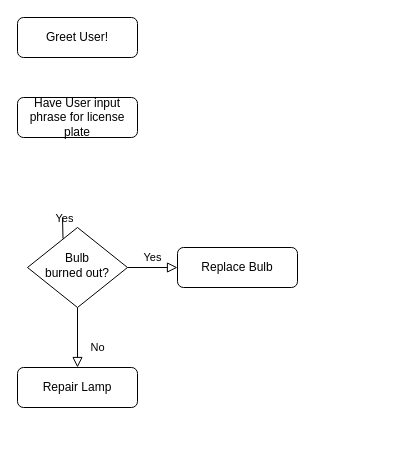
The draw.io diagram Program_2_Flowchart.drawio in JLanez/Complete-Python-3-Bootcamp, before the edit. Source tidied: cells renumbered, new cells numbered last; positions are measured from the earlier drawing's top-left corner, leaving out a move shared by most shapes. Both pictures are drawn from the tidied source at 100%, with x=0, y=0 at pixel (17, 17).
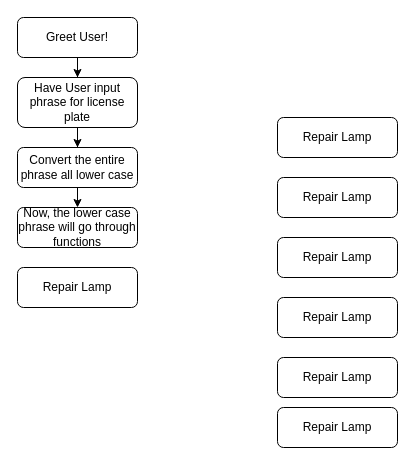
The same page after the edit.

Change to the diagram source:
```diff
@@
 <mxGraphModel>
   <root>
     <mxCell id="0" />
     <mxCell id="1" parent="0" />
+    <mxCell id="10" style="edgeStyle=orthogonalEdgeStyle;rounded=0;jettySize=auto;html=1;entryX=0.5;entryY=0;entryDx=0;entryDy=0;" parent="1" edge="1" source="2" target="4">
+      <mxGeometry relative="1" as="geometry" />
+    </mxCell>
     <mxCell id="2" value="Greet User!" style="rounded=1;whiteSpace=wrap;html=1;fontSize=12;glass=0;strokeWidth=1;shadow=0;" parent="1" vertex="1">
       <mxGeometry width="120" height="40" as="geometry" />
     </mxCell>
-    <mxCell id="3" value="Yes" style="rounded=0;html=1;jettySize=auto;fontSize=11;endArrow=block;endFill=0;endSize=8;strokeWidth=1;shadow=0;labelBackgroundColor=none;edgeStyle=orthogonalEdgeStyle;" parent="1" edge="1" target="7">
-      <mxGeometry y="20" relative="1" as="geometry">
-        <mxPoint x="45" y="200" as="sourcePoint" />
-      </mxGeometry>
-    </mxCell>
+    <mxCell id="11" style="edgeStyle=orthogonalEdgeStyle;rounded=0;jettySize=auto;html=1;entryX=0.5;entryY=0;entryDx=0;entryDy=0;" parent="1" edge="1" source="4" target="9">
+      <mxGeometry relative="1" as="geometry" />
+    </mxCell>
     <mxCell id="4" value="Have User input phrase for license plate" style="rounded=1;whiteSpace=wrap;html=1;fontSize=12;glass=0;strokeWidth=1;shadow=0;" parent="1" vertex="1">
-      <mxGeometry y="80" width="120" height="40" as="geometry" />
+      <mxGeometry y="60" width="120" height="50" as="geometry" />
     </mxCell>
-    <mxCell id="5" value="No" style="rounded=0;html=1;jettySize=auto;fontSize=11;endArrow=block;endFill=0;endSize=8;strokeWidth=1;shadow=0;labelBackgroundColor=none;edgeStyle=orthogonalEdgeStyle;" parent="1" edge="1" source="7" target="8">
-      <mxGeometry x="0.33" y="20" relative="1" as="geometry" />
-    </mxCell>
-    <mxCell id="6" value="Yes" style="edgeStyle=orthogonalEdgeStyle;rounded=0;html=1;jettySize=auto;fontSize=11;endArrow=block;endFill=0;endSize=8;strokeWidth=1;shadow=0;labelBackgroundColor=none;" parent="1" edge="1" source="7" target="9">
-      <mxGeometry y="10" relative="1" as="geometry" />
-    </mxCell>
-    <mxCell id="7" value="Bulb&lt;br&gt;burned out?" style="rhombus;whiteSpace=wrap;html=1;shadow=0;fontFamily=Helvetica;fontSize=12;align=center;strokeWidth=1;spacing=6;spacingTop=-4;" parent="1" vertex="1">
-      <mxGeometry x="10" y="210" width="100" height="80" as="geometry" />
-    </mxCell>
-    <mxCell id="8" value="Repair Lamp" style="rounded=1;whiteSpace=wrap;html=1;fontSize=12;glass=0;strokeWidth=1;shadow=0;" parent="1" vertex="1">
-      <mxGeometry y="350" width="120" height="40" as="geometry" />
+    <mxCell id="8" value="Now, the lower case phrase will go through functions" style="rounded=1;whiteSpace=wrap;html=1;fontSize=12;glass=0;strokeWidth=1;shadow=0;" parent="1" vertex="1">
+      <mxGeometry y="190" width="120" height="40" as="geometry" />
     </mxCell>
+    <mxCell id="12" style="edgeStyle=orthogonalEdgeStyle;rounded=0;jettySize=auto;html=1;exitX=0.5;exitY=1;exitDx=0;exitDy=0;entryX=0.5;entryY=0;entryDx=0;entryDy=0;" parent="1" edge="1" source="9" target="8">
+      <mxGeometry relative="1" as="geometry" />
+    </mxCell>
-    <mxCell id="9" value="Replace Bulb" style="rounded=1;whiteSpace=wrap;html=1;fontSize=12;glass=0;strokeWidth=1;shadow=0;" parent="1" vertex="1">
-      <mxGeometry x="160" y="230" width="120" height="40" as="geometry" />
+    <mxCell id="9" value="Convert the entire phrase all lower case" style="rounded=1;whiteSpace=wrap;html=1;fontSize=12;glass=0;strokeWidth=1;shadow=0;" parent="1" vertex="1">
+      <mxGeometry y="130" width="120" height="40" as="geometry" />
     </mxCell>
+    <mxCell id="13" value="Repair Lamp" style="rounded=1;whiteSpace=wrap;html=1;fontSize=12;glass=0;strokeWidth=1;shadow=0;" parent="1" vertex="1">
+      <mxGeometry y="250" width="120" height="40" as="geometry" />
+    </mxCell>
+    <mxCell id="14" value="Repair Lamp" style="rounded=1;whiteSpace=wrap;html=1;fontSize=12;glass=0;strokeWidth=1;shadow=0;" parent="1" vertex="1">
+      <mxGeometry x="260" y="390" width="120" height="40" as="geometry" />
+    </mxCell>
+    <mxCell id="15" value="Repair Lamp" style="rounded=1;whiteSpace=wrap;html=1;fontSize=12;glass=0;strokeWidth=1;shadow=0;" parent="1" vertex="1">
+      <mxGeometry x="260" y="280" width="120" height="40" as="geometry" />
+    </mxCell>
+    <mxCell id="16" value="Repair Lamp" style="rounded=1;whiteSpace=wrap;html=1;fontSize=12;glass=0;strokeWidth=1;shadow=0;" parent="1" vertex="1">
+      <mxGeometry x="260" y="220" width="120" height="40" as="geometry" />
+    </mxCell>
+    <mxCell id="17" value="Repair Lamp" style="rounded=1;whiteSpace=wrap;html=1;fontSize=12;glass=0;strokeWidth=1;shadow=0;" parent="1" vertex="1">
+      <mxGeometry x="260" y="340" width="120" height="40" as="geometry" />
+    </mxCell>
+    <mxCell id="18" value="Repair Lamp" style="rounded=1;whiteSpace=wrap;html=1;fontSize=12;glass=0;strokeWidth=1;shadow=0;" parent="1" vertex="1">
+      <mxGeometry x="260" y="160" width="120" height="40" as="geometry" />
+    </mxCell>
+    <mxCell id="19" value="Repair Lamp" style="rounded=1;whiteSpace=wrap;html=1;fontSize=12;glass=0;strokeWidth=1;shadow=0;" parent="1" vertex="1">
+      <mxGeometry x="260" y="100" width="120" height="40" as="geometry" />
+    </mxCell>
   </root>
 </mxGraphModel>
```
